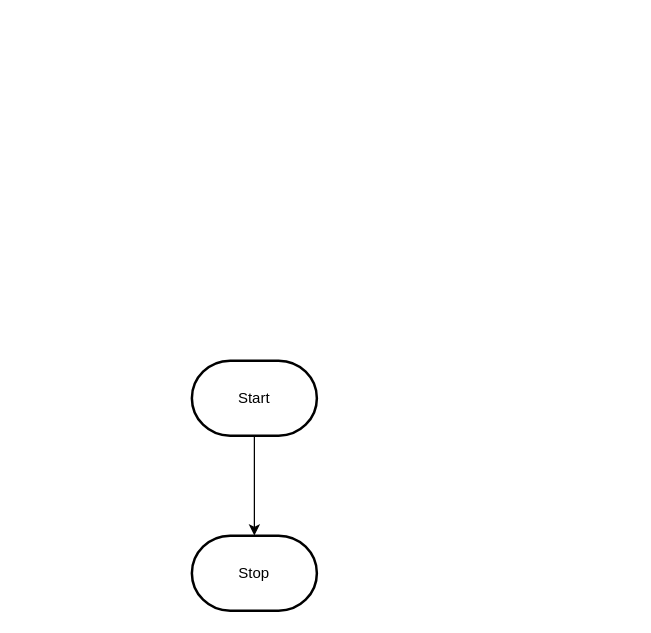
This is design/flowchart.drawio from MTHS-ICD2O-1-2023/ICD2O-Unit-5-04-hai-tran-2, a draw.io file, before an edit. Source tidied: cells renumbered, new cells numbered last; positions are measured from the earlier drawing's top-left corner, leaving out a move shared by most shapes. Both pictures are drawn from the tidied source at 125%, with x=0, y=0 at pixel (191, 360).
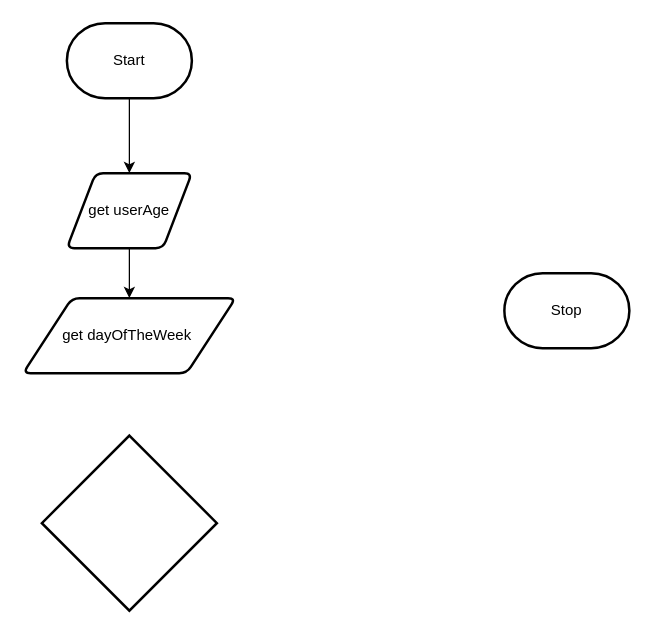
After the change.

Change to the diagram source:
```diff
@@
 <mxGraphModel>
   <root>
     <mxCell id="0" />
     <mxCell id="1" parent="0" />
-    <mxCell id="2" style="edgeStyle=orthogonalEdgeStyle;html=1;rounded=0;" parent="1" edge="1" source="3" target="4">
-      <mxGeometry relative="1" as="geometry" />
-    </mxCell>
+    <mxCell id="5" style="edgeStyle=none;html=1;entryX=0.5;entryY=0;entryDx=0;entryDy=0;" parent="1" edge="1" source="3" target="2">
+      <mxGeometry relative="1" as="geometry" />
+    </mxCell>
     <mxCell id="3" value="Start" style="strokeWidth=2;html=1;shape=mxgraph.flowchart.terminator;whiteSpace=wrap;" parent="1" vertex="1">
-      <mxGeometry width="100" height="60" as="geometry" />
+      <mxGeometry x="-100" y="-270" width="100" height="60" as="geometry" />
     </mxCell>
     <mxCell id="4" value="Stop" style="strokeWidth=2;html=1;shape=mxgraph.flowchart.terminator;whiteSpace=wrap;" parent="1" vertex="1">
-      <mxGeometry y="140" width="100" height="60" as="geometry" />
+      <mxGeometry x="250" y="-70" width="100" height="60" as="geometry" />
     </mxCell>
+    <mxCell id="6" style="edgeStyle=none;html=1;" parent="1" edge="1" source="2" target="7">
+      <mxGeometry relative="1" as="geometry" />
+    </mxCell>
+    <mxCell id="2" value="get userAge" style="shape=parallelogram;html=1;strokeWidth=2;perimeter=parallelogramPerimeter;whiteSpace=wrap;rounded=1;arcSize=12;size=0.23;" parent="1" vertex="1">
+      <mxGeometry x="-100" y="-150" width="100" height="60" as="geometry" />
+    </mxCell>
+    <mxCell id="7" value="get&amp;nbsp;dayOfTheWeek&amp;nbsp;" style="shape=parallelogram;html=1;strokeWidth=2;perimeter=parallelogramPerimeter;whiteSpace=wrap;rounded=1;arcSize=12;size=0.23;" parent="1" vertex="1">
+      <mxGeometry x="-135" y="-50" width="170" height="60" as="geometry" />
+    </mxCell>
+    <mxCell id="8" style="strokeWidth=2;html=1;shape=mxgraph.flowchart.decision;whiteSpace=wrap;" parent="1" vertex="1">
+      <mxGeometry x="-120" y="60" width="140" height="140" as="geometry" />
+    </mxCell>
   </root>
 </mxGraphModel>
```
